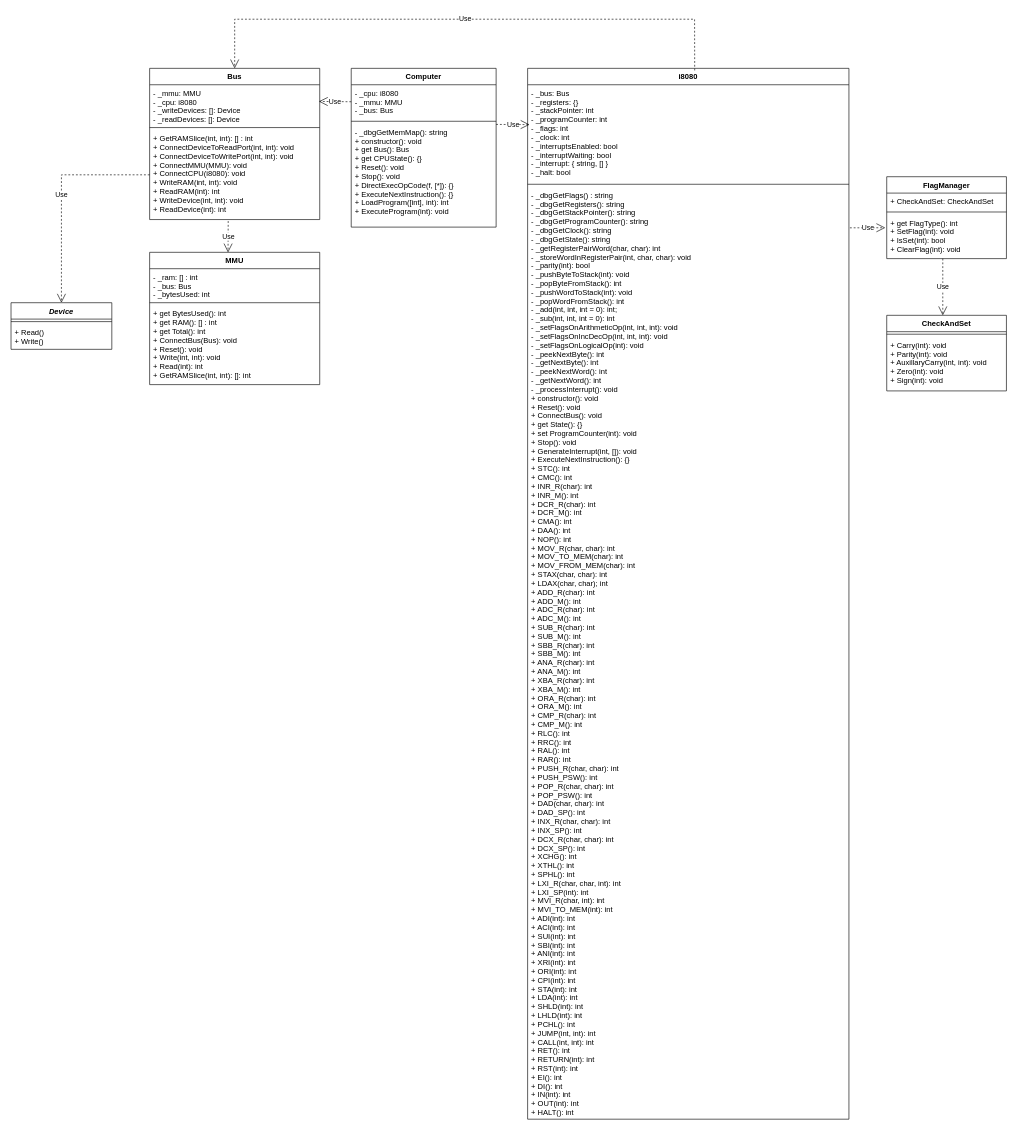
Before: documentation/diagrams/uml-diagrams/core-uml.drawio in chris-j-akers/i8080-javascript, a draw.io diagram. Source tidied: cells renumbered, new cells numbered last; positions are measured from the earlier drawing's top-left corner, leaving out a move shared by most shapes. Both pictures are drawn from the tidied source at 63%, with x=0, y=0 at pixel (11, -466).
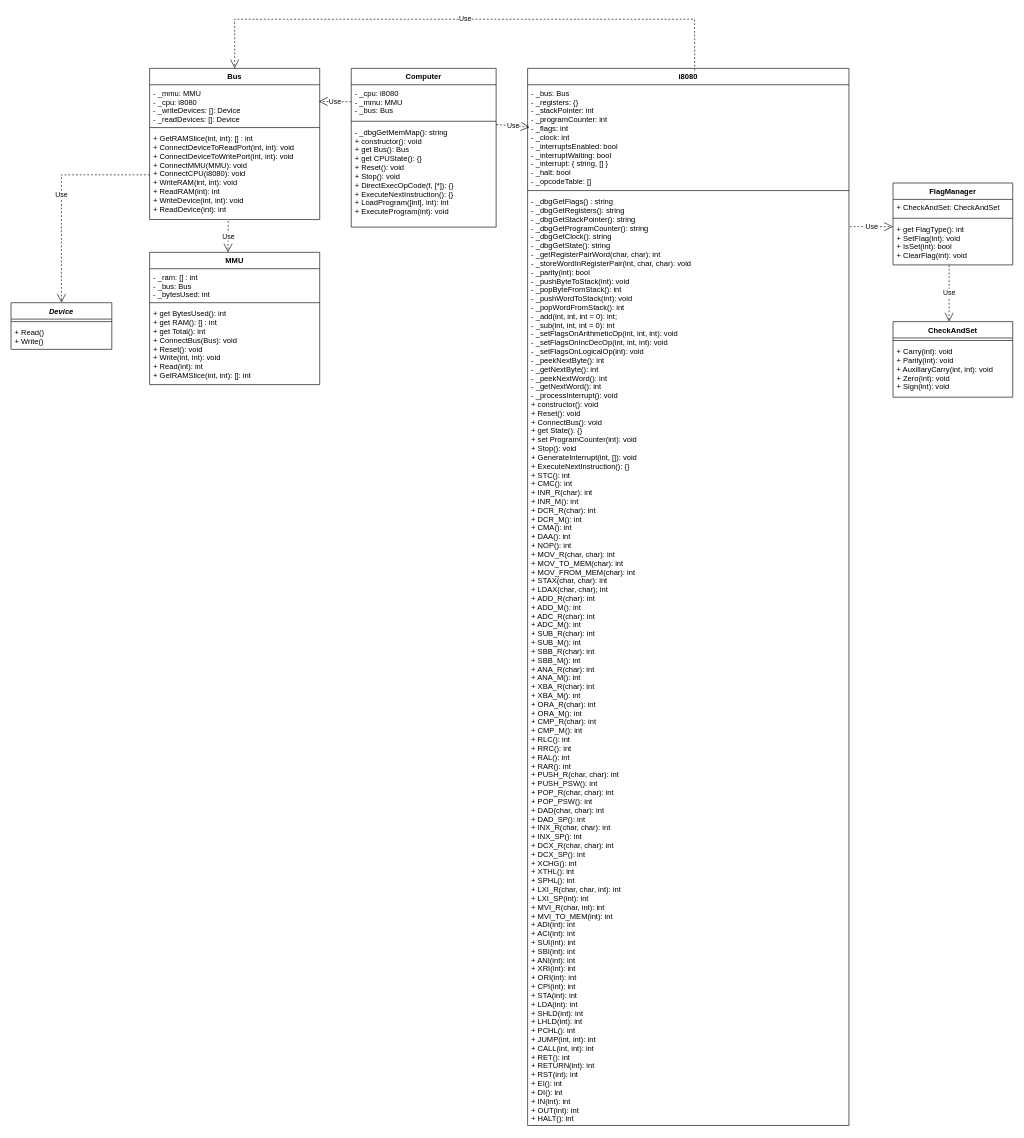
After the change.

Unchanged cells that the change refers to:
```xml
<mxCell id="14" value="+ get FlagType(): int&#10;+ SetFlag(int): void&#10;+ IsSet(int): bool&#10;+ ClearFlag(int): void&#10;" style="text;strokeColor=none;fillColor=none;align=left;verticalAlign=top;spacingLeft=4;spacingRight=4;overflow=hidden;points=[[0,0.5],[1,0.5]];portConstraint=eastwest;" parent="11" vertex="1">
  <mxGeometry y="60" width="190" height="70" as="geometry" />
</mxCell>
```

The edit, as a diff of the source:
```diff
@@
     <mxCell id="7" value="i8080" style="swimlane;fontStyle=1;align=center;verticalAlign=top;horizontal=1;startSize=26;" parent="1" vertex="1">
-      <mxGeometry x="820" y="848" width="510" height="1668" as="geometry" />
+      <mxGeometry x="820" y="848" width="510" height="1678" as="geometry" />
     </mxCell>
-    <mxCell id="8" value="- _bus: Bus&#10;- _registers: {}&#10;- _stackPointer: int&#10;- _programCounter: int&#10;- _flags: int&#10;- _clock: int&#10;- _interruptsEnabled: bool&#10;- _interruptWaiting: bool&#10;- _interrupt: { string, [] }&#10;- _halt: bool" style="text;strokeColor=none;fillColor=none;align=left;verticalAlign=top;spacingLeft=4;spacingRight=4;overflow=hidden;points=[[0,0.5],[1,0.5]];portConstraint=eastwest;" parent="7" vertex="1">
-      <mxGeometry y="26" width="510" height="154" as="geometry" />
+    <mxCell id="8" value="- _bus: Bus&#10;- _registers: {}&#10;- _stackPointer: int&#10;- _programCounter: int&#10;- _flags: int&#10;- _clock: int&#10;- _interruptsEnabled: bool&#10;- _interruptWaiting: bool&#10;- _interrupt: { string, [] }&#10;- _halt: bool&#10;- _opcodeTable: []" style="text;strokeColor=none;fillColor=none;align=left;verticalAlign=top;spacingLeft=4;spacingRight=4;overflow=hidden;points=[[0,0.5],[1,0.5]];portConstraint=eastwest;" parent="7" vertex="1">
+      <mxGeometry y="26" width="510" height="164" as="geometry" />
     </mxCell>
     <mxCell id="9" style="line;strokeWidth=1;fillColor=none;align=left;verticalAlign=middle;spacingTop=-1;spacingLeft=3;spacingRight=3;labelPosition=right;" parent="7" vertex="1">
-      <mxGeometry y="180" width="510" height="8" as="geometry" />
+      <mxGeometry y="190" width="510" height="8" as="geometry" />
     </mxCell>
     <mxCell id="10" value="- _dbgGetFlags() : string&#10;- _dbgGetRegisters(): string&#10;- _dbgGetStackPointer(): string&#10;- _dbgGetProgramCounter(): string&#10;- _dbgGetClock(): string&#10;- _dbgGetState(): string&#10;- _getRegisterPairWord(char, char): int&#10;- _storeWordInRegisterPair(int, char, char): void&#10;- _parity(int): bool&#10;- _pushByteToStack(int): void&#10;- _popByteFromStack(): int&#10;- _pushWordToStack(int): void&#10;- _popWordFromStack(): int&#10;- _add(int, int, int = 0): int;&#10;- _sub(int, int, int = 0): int&#10;- _setFlagsOnArithmeticOp(int, int, int): void&#10;- _setFlagsOnIncDecOp(int, int, int): void&#10;- _setFlagsOnLogicalOp(int): void&#10;- _peekNextByte(): int&#10;- _getNextByte(): int&#10;- _peekNextWord(): int&#10;- _getNextWord(): int&#10;- _processInterrupt(): void&#10;+ constructor(): void&#10;+ Reset(): void&#10;+ ConnectBus(): void&#10;+ get State(): {}&#10;+ set ProgramCounter(int): void&#10;+ Stop(): void&#10;+ GenerateInterrupt(int, []): void&#10;+ ExecuteNextInstruction(): {}&#10;+ STC(): int&#10;+ CMC(): int&#10;+ INR_R(char): int&#10;+ INR_M(): int&#10;+ DCR_R(char): int&#10;+ DCR_M(): int&#10;+ CMA(): int&#10;+ DAA(): int&#10;+ NOP(): int&#10;+ MOV_R(char, char): int&#10;+ MOV_TO_MEM(char): int&#10;+ MOV_FROM_MEM(char): int&#10;+ STAX(char, char): int&#10;+ LDAX(char, char); int&#10;+ ADD_R(char): int&#10;+ ADD_M(): int&#10;+ ADC_R(char): int&#10;+ ADC_M(): int&#10;+ SUB_R(char): int&#10;+ SUB_M(): int&#10;+ SBB_R(char): int&#10;+ SBB_M(): int&#10;+ ANA_R(char): int&#10;+ ANA_M(): int&#10;+ XBA_R(char): int&#10;+ XBA_M(): int&#10;+ ORA_R(char): int&#10;+ ORA_M(): int&#10;+ CMP_R(char): int&#10;+ CMP_M(): int&#10;+ RLC(): int&#10;+ RRC(): int&#10;+ RAL(): int&#10;+ RAR(): int&#10;+ PUSH_R(char, char): int&#10;+ PUSH_PSW(): int&#10;+ POP_R(char, char): int&#10;+ POP_PSW(): int&#10;+ DAD(char, char): int&#10;+ DAD_SP(): int&#10;+ INX_R(char, char): int&#10;+ INX_SP(): int&#10;+ DCX_R(char, char): int&#10;+ DCX_SP(): int&#10;+ XCHG(): int&#10;+ XTHL(): int&#10;+ SPHL(): int&#10;+ LXI_R(char, char, int): int&#10;+ LXI_SP(int): int&#10;+ MVI_R(char, int): int&#10;+ MVI_TO_MEM(int): int&#10;+ ADI(int): int&#10;+ ACI(int): int&#10;+ SUI(int): int&#10;+ SBI(int): int&#10;+ ANI(int): int&#10;+ XRI(int): int&#10;+ ORI(int): int&#10;+ CPI(int): int&#10;+ STA(int): int&#10;+ LDA(int): int&#10;+ SHLD(int): int&#10;+ LHLD(int): int&#10;+ PCHL(): int&#10;+ JUMP(int, int): int&#10;+ CALL(int, int): int&#10;+ RET(): int&#10;+ RETURN(int): int&#10;+ RST(int): int&#10;+ EI(): int&#10;+ DI(): int&#10;+ IN(int): int&#10;+ OUT(int): int&#10;+ HALT(): int" style="text;strokeColor=none;fillColor=none;align=left;verticalAlign=top;spacingLeft=4;spacingRight=4;overflow=hidden;points=[[0,0.5],[1,0.5]];portConstraint=eastwest;" parent="7" vertex="1">
-      <mxGeometry y="188" width="510" height="1480" as="geometry" />
+      <mxGeometry y="198" width="510" height="1480" as="geometry" />
     </mxCell>
     <mxCell id="11" value="FlagManager" style="swimlane;fontStyle=1;align=center;verticalAlign=top;horizontal=1;startSize=26;" parent="1" vertex="1">
-      <mxGeometry x="1390" y="1020" width="190" height="130" as="geometry" />
+      <mxGeometry x="1400" y="1030" width="190" height="130" as="geometry" />
     </mxCell>
@@
     <mxCell id="15" value="CheckAndSet" style="swimlane;fontStyle=1;align=center;verticalAlign=top;horizontal=1;startSize=26;" parent="1" vertex="1">
-      <mxGeometry x="1390" y="1240" width="190" height="120" as="geometry" />
+      <mxGeometry x="1400" y="1250" width="190" height="120" as="geometry" />
     </mxCell>
@@
-    <mxCell id="29" value="Use" style="endArrow=open;endSize=12;dashed=1;html=1;rounded=0;exitX=1.003;exitY=0.044;exitDx=0;exitDy=0;exitPerimeter=0;entryX=-0.012;entryY=0.3;entryDx=0;entryDy=0;entryPerimeter=0;" parent="1" edge="1" source="10" target="14">
-      <mxGeometry relative="1" as="geometry" />
-    </mxCell>
     <mxCell id="30" value="Use" style="endArrow=open;endSize=12;dashed=1;html=1;rounded=0;" parent="1" edge="1">
       <mxGeometry relative="1" as="geometry">
-        <mxPoint x="1479" y="1150" as="sourcePoint" />
-        <mxPoint x="1479" y="1240" as="targetPoint" />
+        <mxPoint x="1489" y="1160" as="sourcePoint" />
+        <mxPoint x="1489" y="1250" as="targetPoint" />
       </mxGeometry>
     </mxCell>
@@
+    <mxCell id="29" value="Use" style="endArrow=open;endSize=12;dashed=1;html=1;rounded=0;exitX=1.003;exitY=0.036;exitDx=0;exitDy=0;exitPerimeter=0;entryX=0;entryY=0.133;entryDx=0;entryDy=0;entryPerimeter=0;" parent="1" edge="1" source="10" target="14">
+      <mxGeometry relative="1" as="geometry" />
+    </mxCell>
```
